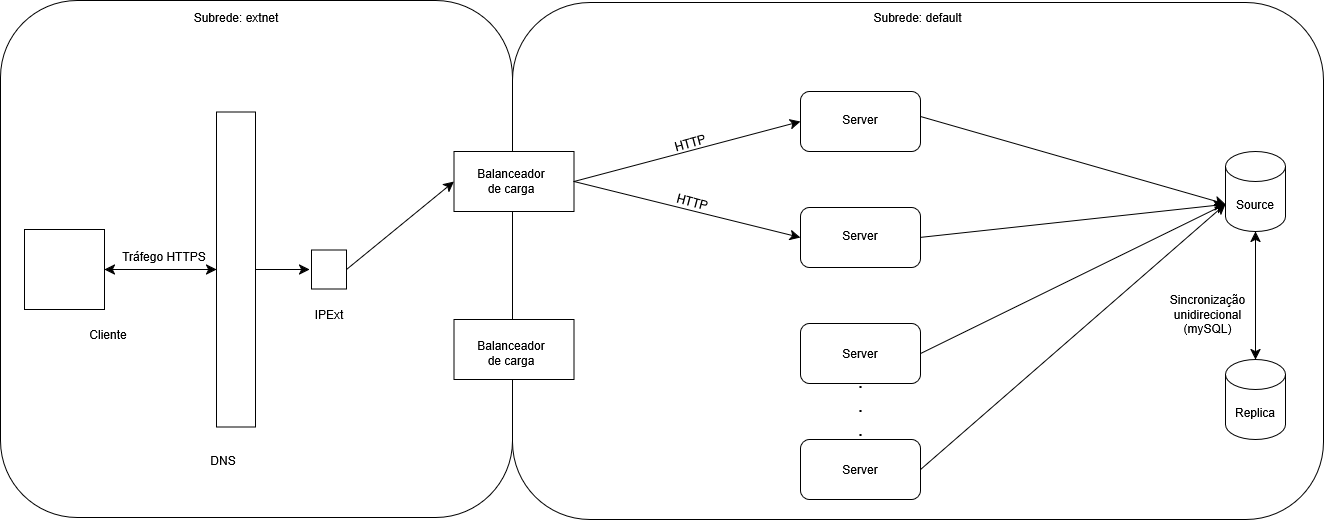
rayanssan/techthrift keeps this draw.io diagram as Arquitetura.drawio.png. Above is the earlier version. Source tidied: cells renumbered, new cells last; positions are measured from the earlier drawing's top-left corner, leaving out a move shared by most shapes.
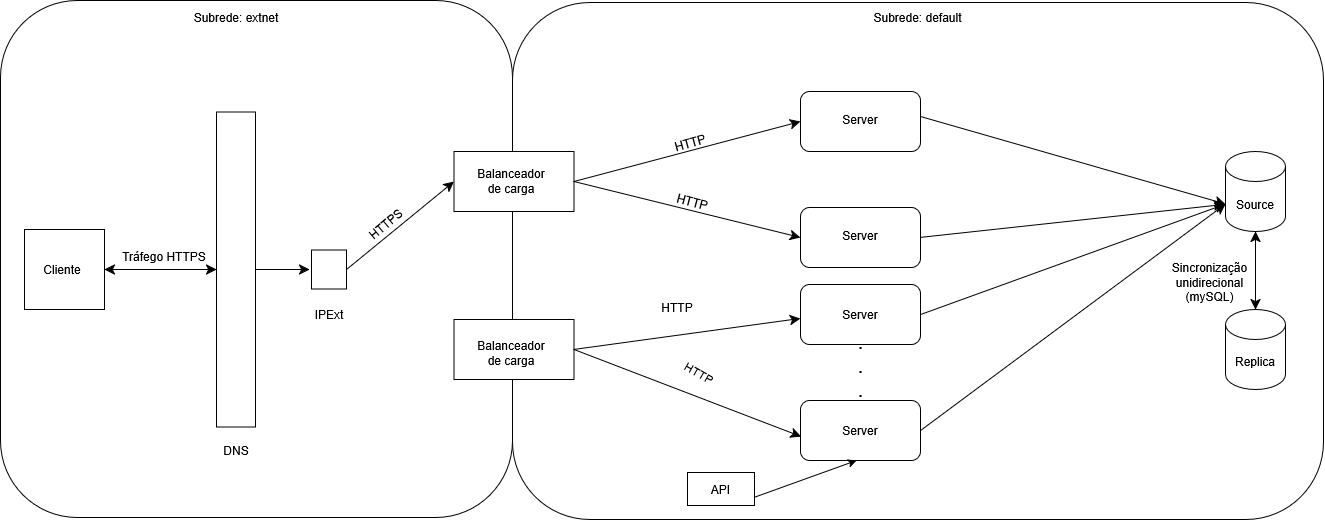
Later version of the same file.

The edit, as a diff of the source:
```diff
@@ -27,16 +27,16 @@
       <mxGeometry x="800" y="207" width="120" height="60" as="geometry" />
     </mxCell>
     <mxCell id="10" style="rounded=1;whiteSpace=wrap;html=1;" parent="1" vertex="1">
-      <mxGeometry x="800" y="323" width="120" height="60" as="geometry" />
+      <mxGeometry x="800" y="284" width="120" height="60" as="geometry" />
     </mxCell>
     <mxCell id="11" style="rounded=1;whiteSpace=wrap;html=1;" parent="1" vertex="1">
-      <mxGeometry x="800" y="439" width="120" height="60" as="geometry" />
+      <mxGeometry x="800" y="400" width="120" height="60" as="geometry" />
     </mxCell>
     <mxCell id="12" value="Source" style="shape=cylinder3;whiteSpace=wrap;html=1;boundedLbl=1;backgroundOutline=1;size=15;" parent="1" vertex="1">
       <mxGeometry x="1225" y="151" width="60" height="80" as="geometry" />
     </mxCell>
     <mxCell id="13" value="Replica" style="shape=cylinder3;whiteSpace=wrap;html=1;boundedLbl=1;backgroundOutline=1;size=15;" parent="1" vertex="1">
-      <mxGeometry x="1225" y="359" width="60" height="80" as="geometry" />
+      <mxGeometry x="1225" y="309" width="60" height="80" as="geometry" />
     </mxCell>
     <mxCell id="14" style="endArrow=classic;html=1;rounded=0;fontSize=12;startSize=8;endSize=8;curved=1;exitX=1;exitY=0.5;exitDx=0;exitDy=0;" parent="1" edge="1" source="9">
       <mxGeometry relative="1" as="geometry">
@@ -84,10 +84,10 @@
       <mxGeometry x="481" y="338" width="60" height="30" as="geometry" />
     </mxCell>
     <mxCell id="27" value="DNS" style="text;html=1;align=center;verticalAlign=middle;whiteSpace=wrap;rounded=0;" parent="1" vertex="1">
-      <mxGeometry x="192.5" y="445" width="60" height="30" as="geometry" />
+      <mxGeometry x="205.5" y="435" width="60" height="30" as="geometry" />
     </mxCell>
     <mxCell id="28" value="Cliente" style="text;html=1;align=center;verticalAlign=middle;whiteSpace=wrap;rounded=0;" parent="1" vertex="1">
-      <mxGeometry x="78" y="319" width="60" height="30" as="geometry" />
+      <mxGeometry x="32" y="254" width="60" height="30" as="geometry" />
     </mxCell>
     <mxCell id="29" value="Server" style="text;html=1;align=center;verticalAlign=middle;whiteSpace=wrap;rounded=0;" parent="1" vertex="1">
       <mxGeometry x="830" y="104" width="60" height="30" as="geometry" />
@@ -96,13 +96,13 @@
       <mxGeometry x="830" y="219.5" width="60" height="30" as="geometry" />
     </mxCell>
     <mxCell id="31" value="Server" style="text;html=1;align=center;verticalAlign=middle;whiteSpace=wrap;rounded=0;" parent="1" vertex="1">
-      <mxGeometry x="830" y="338" width="60" height="30" as="geometry" />
+      <mxGeometry x="830" y="299" width="60" height="30" as="geometry" />
     </mxCell>
     <mxCell id="32" value="Server" style="text;html=1;align=center;verticalAlign=middle;whiteSpace=wrap;rounded=0;" parent="1" vertex="1">
-      <mxGeometry x="830" y="454" width="60" height="30" as="geometry" />
+      <mxGeometry x="830" y="415" width="60" height="30" as="geometry" />
     </mxCell>
     <mxCell id="33" value=".&lt;div&gt;.&lt;/div&gt;&lt;div&gt;.&lt;/div&gt;" style="text;html=1;align=center;verticalAlign=middle;strokeColor=none;fillColor=none;fontSize=20;" parent="1" vertex="1">
-      <mxGeometry x="849" y="369" width="22" height="70" as="geometry" />
+      <mxGeometry x="849" y="330" width="22" height="70" as="geometry" />
     </mxCell>
     <mxCell id="34" value="HTTP" style="text;html=1;align=center;verticalAlign=middle;whiteSpace=wrap;rounded=0;rotation=-15;" parent="1" vertex="1">
       <mxGeometry x="660" y="128" width="60" height="30" as="geometry" />
@@ -122,8 +122,35 @@
     <mxCell id="39" value="Tráfego HTTPS" style="text;html=1;align=center;verticalAlign=middle;whiteSpace=wrap;rounded=0;" parent="1" vertex="1">
       <mxGeometry x="104" y="241" width="119.5" height="30" as="geometry" />
     </mxCell>
+    <mxCell id="41" style="endArrow=classic;html=1;rounded=0;fontSize=12;startSize=8;endSize=8;curved=1;exitX=1;exitY=0.5;exitDx=0;exitDy=0;entryX=0;entryY=0.5;entryDx=0;entryDy=0;" parent="1" edge="1" source="7">
+      <mxGeometry relative="1" as="geometry">
+        <mxPoint x="800" y="318" as="targetPoint" />
+      </mxGeometry>
+    </mxCell>
+    <mxCell id="42" value="HTTP" style="text;html=1;align=center;verticalAlign=middle;whiteSpace=wrap;rounded=0;rotation=0;" parent="1" vertex="1">
+      <mxGeometry x="647" y="292" width="60" height="30" as="geometry" />
+    </mxCell>
+    <mxCell id="43" style="endArrow=classic;html=1;rounded=0;fontSize=12;startSize=8;endSize=8;curved=1;exitX=1;exitY=0.5;exitDx=0;exitDy=0;" parent="1" edge="1" source="7">
+      <mxGeometry relative="1" as="geometry">
+        <mxPoint x="800.5" y="436" as="targetPoint" />
+      </mxGeometry>
+    </mxCell>
+    <mxCell id="44" value="HTTPS" style="text;html=1;align=center;verticalAlign=middle;whiteSpace=wrap;rounded=0;rotation=-40;" parent="1" vertex="1">
+      <mxGeometry x="356" y="209" width="60" height="30" as="geometry" />
+    </mxCell>
+    <mxCell id="45" value="API" style="rounded=0;whiteSpace=wrap;html=1;" parent="1" vertex="1">
+      <mxGeometry x="687" y="472" width="67" height="33" as="geometry" />
+    </mxCell>
+    <mxCell id="46" style="endArrow=classic;html=1;rounded=0;exitX=1;exitY=0.75;exitDx=0;exitDy=0;" parent="1" edge="1" source="45">
+      <mxGeometry relative="1" as="geometry">
+        <mxPoint x="856" y="460" as="targetPoint" />
+      </mxGeometry>
+    </mxCell>
+    <mxCell id="47" value="HTTP" style="text;html=1;align=center;verticalAlign=middle;whiteSpace=wrap;rounded=0;rotation=30;" parent="1" vertex="1">
+      <mxGeometry x="669" y="358" width="60" height="30" as="geometry" />
+    </mxCell>
     <mxCell id="40" value="&lt;div&gt;Sincronização&lt;/div&gt;&lt;div&gt;unidirecional&lt;/div&gt;&lt;div&gt;(mySQL) &lt;/div&gt;" style="text;html=1;align=center;verticalAlign=middle;strokeColor=none;fillColor=none;" parent="1" vertex="1">
-      <mxGeometry x="1160" y="286.5" width="93" height="55" as="geometry" />
+      <mxGeometry x="1163" y="254" width="93" height="55" as="geometry" />
     </mxCell>
   </root>
 </mxGraphModel>
```
